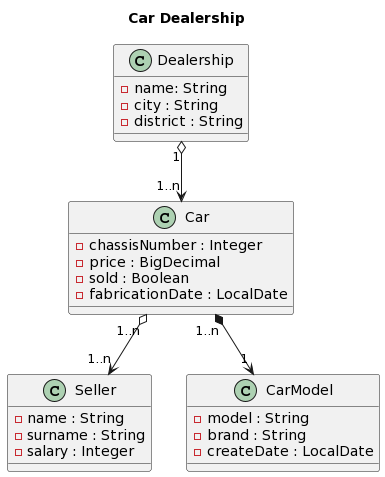
Earlier version of the PlantUML export docs/car_dealership.models.png (wzzzzwwzw/apaw-practice). Its diagram source:
```plantuml
@startuml
title Car Dealership

Class Dealership {
  - name: String
  - city : String
  - district : String
}

Class Seller {
  - name : String
  - surname : String
  - salary : Integer
}

Class Car {
  - chassisNumber : Integer
  - price : BigDecimal
  - sold : Boolean
  - fabricationDate : LocalDate
}

Class CarModel {
  - model : String
  - brand : String
  - createDate : LocalDate
}

Dealership "1" o--> "1..n" Car

Car "1..n" *--> "1" CarModel
Car "1..n" o--> "1..n" Seller
@enduml
```
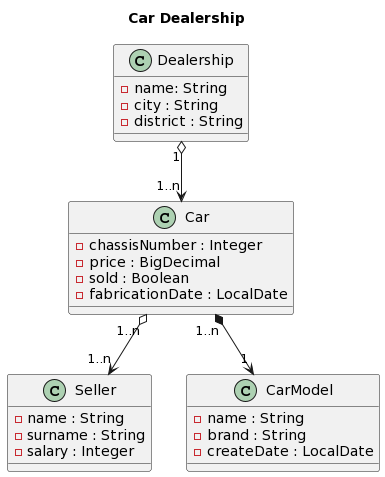
After the commit.

Commit message:
update Car Model attribute #516

Diff of the diagram source:
```diff
@@ -21,7 +21,7 @@
 }
 
 Class CarModel {
-  - model : String
+  - name : String
   - brand : String
   - createDate : LocalDate
 }
```
